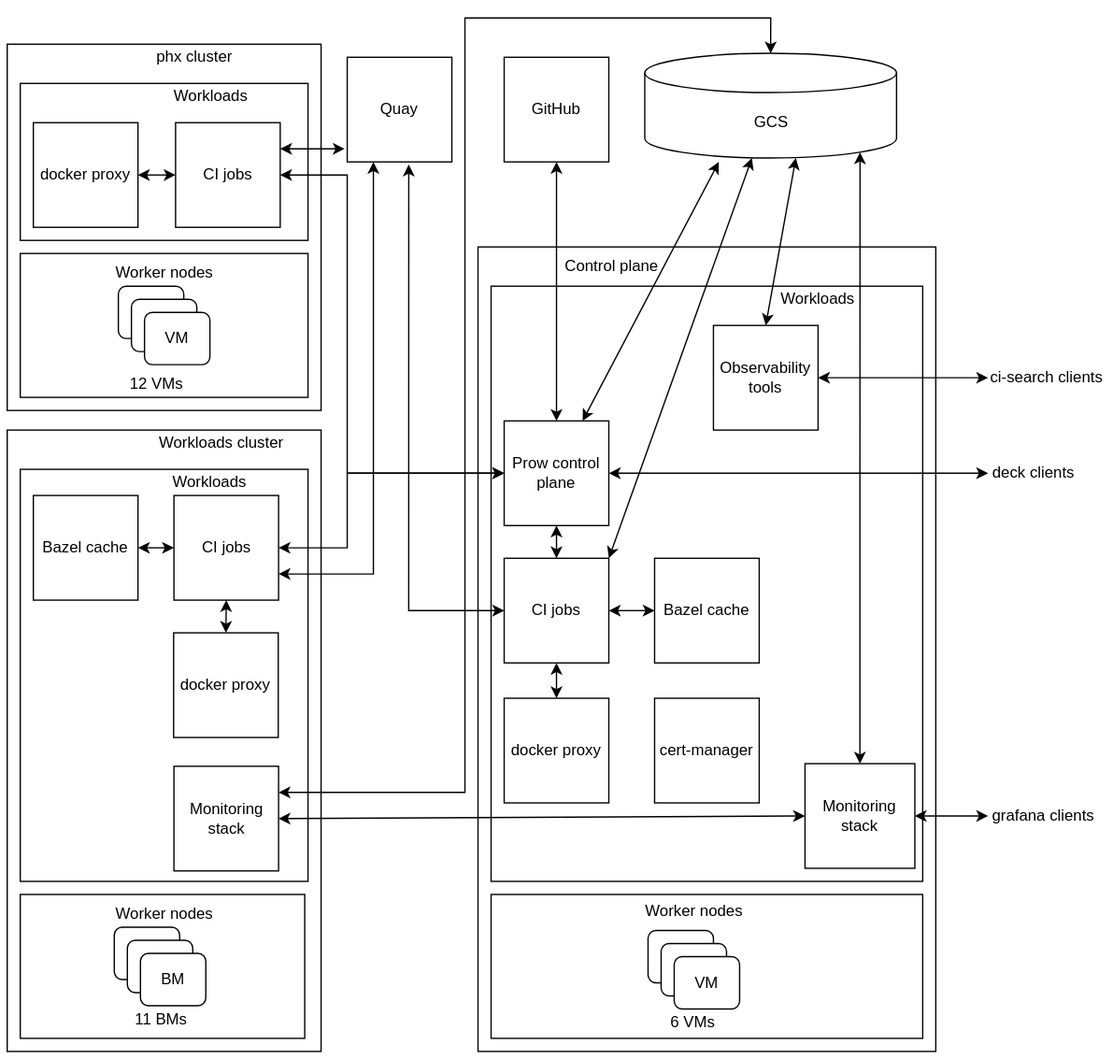
Above: docs/infra-layout.svg in kubevirt/project-infra (draw.io), before the change. Source tidied: cells renumbered, new cells last; positions are measured from the earlier drawing's top-left corner, leaving out a move shared by most shapes.
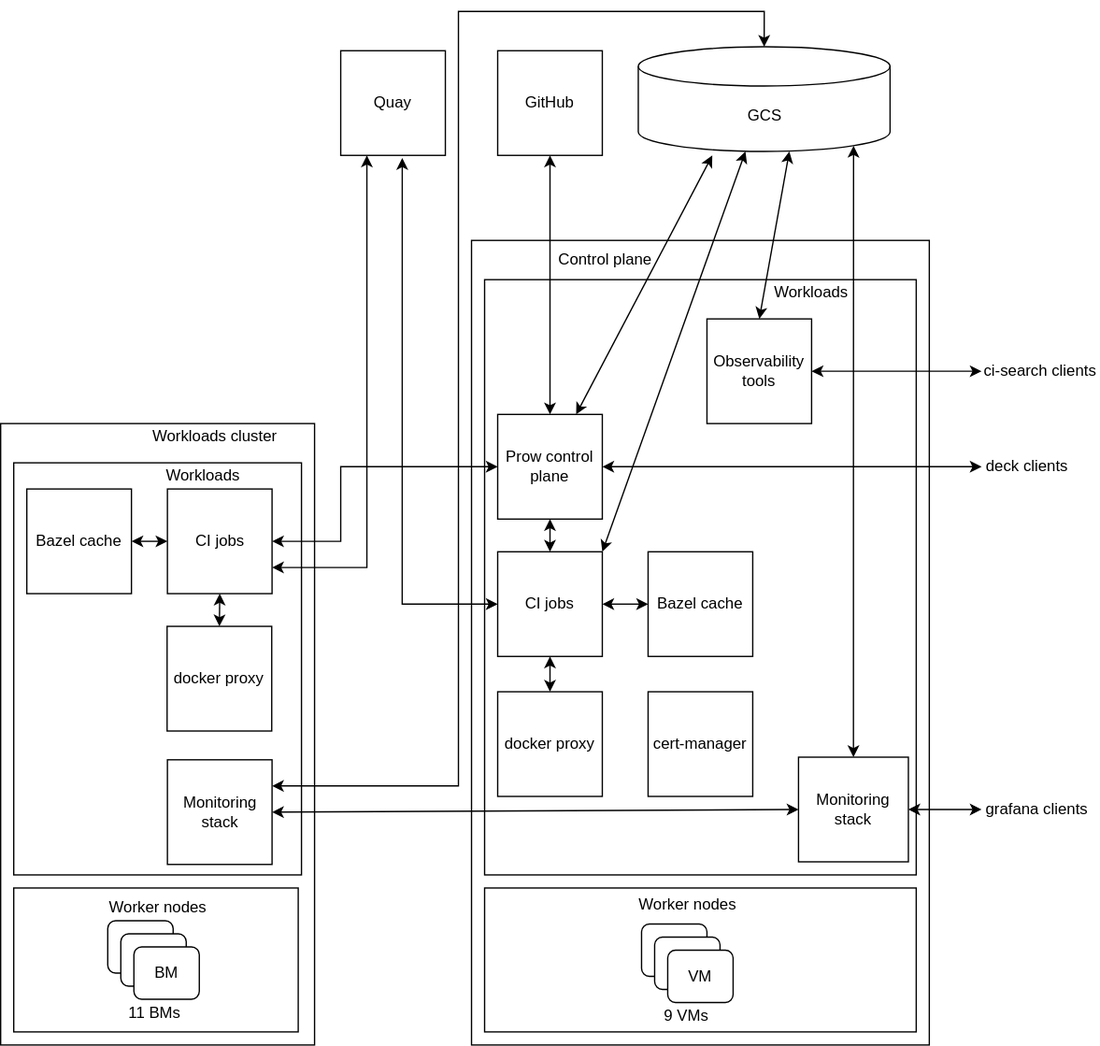
Later version of the same file.

Diff of the diagram source:
```diff
@@ -8,38 +8,15 @@
     <mxCell id="3" style="rounded=0;whiteSpace=wrap;html=1;" parent="1" vertex="1">
       <mxGeometry x="370" y="205" width="330" height="455" as="geometry" />
     </mxCell>
-    <mxCell id="4" style="rounded=0;whiteSpace=wrap;html=1;" parent="1" vertex="1">
-      <mxGeometry y="20" width="240" height="280" as="geometry" />
-    </mxCell>
-    <mxCell id="5" style="rounded=0;whiteSpace=wrap;html=1;" parent="1" vertex="1">
-      <mxGeometry x="10" y="180" width="220" height="110" as="geometry" />
-    </mxCell>
     <mxCell id="6" style="edgeStyle=orthogonalEdgeStyle;rounded=0;jettySize=auto;html=1;entryX=0.5;entryY=0;entryDx=0;entryDy=0;startArrow=classic;startFill=1;" parent="1" edge="1" source="7" target="15">
       <mxGeometry relative="1" as="geometry" />
     </mxCell>
     <mxCell id="7" value="GitHub" style="whiteSpace=wrap;html=1;" parent="1" vertex="1">
       <mxGeometry x="380" y="30" width="80" height="80" as="geometry" />
     </mxCell>
-    <mxCell id="8" value="phx cluster" style="text;html=1;strokeColor=none;fillColor=none;align=center;verticalAlign=middle;whiteSpace=wrap;rounded=0;" parent="1" vertex="1">
-      <mxGeometry x="111.2" y="20" width="65" height="20" as="geometry" />
-    </mxCell>
-    <mxCell id="9" value="Worker nodes" style="text;html=1;strokeColor=none;fillColor=none;align=center;verticalAlign=middle;whiteSpace=wrap;rounded=0;" parent="1" vertex="1">
-      <mxGeometry x="77.5" y="185" width="85" height="20" as="geometry" />
-    </mxCell>
-    <mxCell id="10" style="rounded=0;whiteSpace=wrap;html=1;" parent="1" vertex="1">
-      <mxGeometry x="10" y="50" width="220" height="120" as="geometry" />
-    </mxCell>
     <mxCell id="11" style="edgeStyle=orthogonalEdgeStyle;rounded=0;jettySize=auto;html=1;exitX=0.5;exitY=1;exitDx=0;exitDy=0;entryX=0.5;entryY=0;entryDx=0;entryDy=0;startArrow=classic;startFill=1;" parent="1" edge="1" source="15" target="26">
       <mxGeometry relative="1" as="geometry" />
     </mxCell>
-    <mxCell id="12" style="edgeStyle=orthogonalEdgeStyle;rounded=0;jettySize=auto;html=1;exitX=0;exitY=0.5;exitDx=0;exitDy=0;entryX=1;entryY=0.5;entryDx=0;entryDy=0;startArrow=classic;startFill=1;" parent="1" edge="1" source="15" target="18">
-      <mxGeometry relative="1" as="geometry">
-        <Array as="points">
-          <mxPoint x="260" y="348" />
-          <mxPoint x="260" y="120" />
-        </Array>
-      </mxGeometry>
-    </mxCell>
     <mxCell id="13" style="edgeStyle=none;rounded=0;jettySize=auto;html=1;exitX=1;exitY=0.5;exitDx=0;exitDy=0;startArrow=classic;startFill=1;entryX=0;entryY=0.5;entryDx=0;entryDy=0;" parent="1" edge="1" source="15" target="62">
       <mxGeometry relative="1" as="geometry" />
     </mxCell>
@@ -49,15 +26,6 @@
     <mxCell id="15" value="Prow control plane" style="whiteSpace=wrap;html=1;" parent="1" vertex="1">
       <mxGeometry x="380" y="308" width="80" height="80" as="geometry" />
     </mxCell>
-    <mxCell id="16" value="Workloads" style="text;html=1;strokeColor=none;fillColor=none;align=center;verticalAlign=middle;whiteSpace=wrap;rounded=0;" parent="1" vertex="1">
-      <mxGeometry x="136.2" y="50" width="40" height="20" as="geometry" />
-    </mxCell>
-    <mxCell id="17" style="edgeStyle=orthogonalEdgeStyle;rounded=0;jettySize=auto;html=1;exitX=1;exitY=0.25;exitDx=0;exitDy=0;entryX=-0.025;entryY=0.875;entryDx=0;entryDy=0;entryPerimeter=0;startArrow=classic;startFill=1;" parent="1" edge="1" source="18" target="71">
-      <mxGeometry relative="1" as="geometry" />
-    </mxCell>
-    <mxCell id="18" value="CI jobs&amp;nbsp;" style="whiteSpace=wrap;html=1;" parent="1" vertex="1">
-      <mxGeometry x="128.8" y="80" width="80" height="80" as="geometry" />
-    </mxCell>
     <mxCell id="19" style="rounded=0;whiteSpace=wrap;html=1;" parent="1" vertex="1">
       <mxGeometry x="370" y="670" width="330" height="110" as="geometry" />
     </mxCell>
@@ -82,15 +50,6 @@
     <mxCell id="26" value="CI jobs" style="whiteSpace=wrap;html=1;" parent="1" vertex="1">
       <mxGeometry x="380" y="413" width="80" height="80" as="geometry" />
     </mxCell>
-    <mxCell id="27" style="rounded=1;whiteSpace=wrap;html=1;" parent="1" vertex="1">
-      <mxGeometry x="85" y="205" width="50" height="40" as="geometry" />
-    </mxCell>
-    <mxCell id="28" style="rounded=1;whiteSpace=wrap;html=1;" parent="1" vertex="1">
-      <mxGeometry x="95" y="215" width="50" height="40" as="geometry" />
-    </mxCell>
-    <mxCell id="29" value="VM" style="rounded=1;whiteSpace=wrap;html=1;" parent="1" vertex="1">
-      <mxGeometry x="105" y="225" width="50" height="40" as="geometry" />
-    </mxCell>
     <mxCell id="30" style="rounded=1;whiteSpace=wrap;html=1;" parent="1" vertex="1">
       <mxGeometry x="490" y="697.5" width="50" height="40" as="geometry" />
     </mxCell>
@@ -100,10 +59,7 @@
     <mxCell id="32" value="VM" style="rounded=1;whiteSpace=wrap;html=1;" parent="1" vertex="1">
       <mxGeometry x="510" y="717.5" width="50" height="40" as="geometry" />
     </mxCell>
-    <mxCell id="33" value="12 VMs" style="text;html=1;strokeColor=none;fillColor=none;align=center;verticalAlign=middle;whiteSpace=wrap;rounded=0;" parent="1" vertex="1">
-      <mxGeometry x="92.5" y="270" width="42.5" height="20" as="geometry" />
-    </mxCell>
-    <mxCell id="34" value="6 VMs" style="text;html=1;strokeColor=none;fillColor=none;align=center;verticalAlign=middle;whiteSpace=wrap;rounded=0;" parent="1" vertex="1">
+    <mxCell id="34" value="9 VMs" style="text;html=1;strokeColor=none;fillColor=none;align=center;verticalAlign=middle;whiteSpace=wrap;rounded=0;" parent="1" vertex="1">
       <mxGeometry x="502.5" y="757.5" width="42.5" height="20" as="geometry" />
     </mxCell>
     <mxCell id="35" style="rounded=0;whiteSpace=wrap;html=1;" parent="1" vertex="1">
@@ -216,12 +172,6 @@
     <mxCell id="67" value="docker proxy" style="whiteSpace=wrap;html=1;" parent="1" vertex="1">
       <mxGeometry x="127.2" y="470" width="80" height="80" as="geometry" />
     </mxCell>
-    <mxCell id="68" style="edgeStyle=none;rounded=0;jettySize=auto;html=1;exitX=1;exitY=0.5;exitDx=0;exitDy=0;entryX=0;entryY=0.5;entryDx=0;entryDy=0;startArrow=classic;startFill=1;" parent="1" edge="1" source="69" target="18">
-      <mxGeometry relative="1" as="geometry" />
-    </mxCell>
-    <mxCell id="69" value="docker proxy" style="whiteSpace=wrap;html=1;" parent="1" vertex="1">
-      <mxGeometry x="20" y="80" width="80" height="80" as="geometry" />
-    </mxCell>
     <mxCell id="70" value="cert-manager" style="whiteSpace=wrap;html=1;" parent="1" vertex="1">
       <mxGeometry x="495" y="520" width="80" height="80" as="geometry" />
     </mxCell>
```
